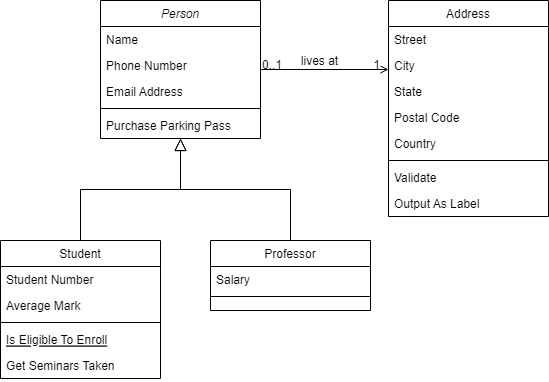
Above: process_CouchProton.drawio.png in eatingwu1009/CouchInsert (draw.io), before the change. Source tidied: cells renumbered, new cells last; positions are measured from the earlier drawing's top-left corner, leaving out a move shared by most shapes. The source it was exported from:
```xml
<mxGraphModel>
  <root>
    <mxCell id="0" />
    <mxCell id="1" parent="0" />
    <mxCell id="2" value="Person" style="swimlane;fontStyle=2;align=center;verticalAlign=top;horizontal=1;startSize=26;rounded=0;shadow=0;strokeWidth=1;" parent="1" vertex="1">
      <mxGeometry x="100" width="160" height="138" as="geometry" />
    </mxCell>
    <mxCell id="3" value="Name" style="text;align=left;verticalAlign=top;spacingLeft=4;spacingRight=4;overflow=hidden;points=[[0,0.5],[1,0.5]];portConstraint=eastwest;" parent="2" vertex="1">
      <mxGeometry y="26" width="160" height="26" as="geometry" />
    </mxCell>
    <mxCell id="4" value="Phone Number" style="text;align=left;verticalAlign=top;spacingLeft=4;spacingRight=4;overflow=hidden;rounded=0;shadow=0;html=0;" parent="2" vertex="1">
      <mxGeometry y="52" width="160" height="26" as="geometry" />
    </mxCell>
    <mxCell id="5" value="Email Address" style="text;align=left;verticalAlign=top;spacingLeft=4;spacingRight=4;overflow=hidden;rounded=0;shadow=0;html=0;" parent="2" vertex="1">
      <mxGeometry y="78" width="160" height="26" as="geometry" />
    </mxCell>
    <mxCell id="6" style="line;html=1;strokeWidth=1;align=left;verticalAlign=middle;spacingTop=-1;spacingLeft=3;spacingRight=3;labelPosition=right;" parent="2" vertex="1">
      <mxGeometry y="104" width="160" height="8" as="geometry" />
    </mxCell>
    <mxCell id="7" value="Purchase Parking Pass" style="text;align=left;verticalAlign=top;spacingLeft=4;spacingRight=4;overflow=hidden;" parent="2" vertex="1">
      <mxGeometry y="112" width="160" height="26" as="geometry" />
    </mxCell>
    <mxCell id="8" value="Student" style="swimlane;fontStyle=0;align=center;verticalAlign=top;horizontal=1;startSize=26;rounded=0;shadow=0;strokeWidth=1;" parent="1" vertex="1">
      <mxGeometry y="240" width="160" height="138" as="geometry" />
    </mxCell>
    <mxCell id="9" value="Student Number" style="text;align=left;verticalAlign=top;spacingLeft=4;spacingRight=4;overflow=hidden;" parent="8" vertex="1">
      <mxGeometry y="26" width="160" height="26" as="geometry" />
    </mxCell>
    <mxCell id="10" value="Average Mark" style="text;align=left;verticalAlign=top;spacingLeft=4;spacingRight=4;overflow=hidden;rounded=0;shadow=0;html=0;" parent="8" vertex="1">
      <mxGeometry y="52" width="160" height="26" as="geometry" />
    </mxCell>
    <mxCell id="11" style="line;html=1;strokeWidth=1;align=left;verticalAlign=middle;spacingTop=-1;spacingLeft=3;spacingRight=3;labelPosition=right;" parent="8" vertex="1">
      <mxGeometry y="78" width="160" height="8" as="geometry" />
    </mxCell>
    <mxCell id="12" value="Is Eligible To Enroll" style="text;align=left;verticalAlign=top;spacingLeft=4;spacingRight=4;overflow=hidden;fontStyle=4;" parent="8" vertex="1">
      <mxGeometry y="86" width="160" height="26" as="geometry" />
    </mxCell>
    <mxCell id="13" value="Get Seminars Taken" style="text;align=left;verticalAlign=top;spacingLeft=4;spacingRight=4;overflow=hidden;" parent="8" vertex="1">
      <mxGeometry y="112" width="160" height="26" as="geometry" />
    </mxCell>
    <mxCell id="14" style="endArrow=block;endSize=10;endFill=0;shadow=0;strokeWidth=1;rounded=0;edgeStyle=elbowEdgeStyle;elbow=vertical;" parent="1" edge="1" source="8" target="2">
      <mxGeometry relative="1" as="geometry" />
    </mxCell>
    <mxCell id="15" value="Professor" style="swimlane;fontStyle=0;align=center;verticalAlign=top;horizontal=1;startSize=26;rounded=0;shadow=0;strokeWidth=1;" parent="1" vertex="1">
      <mxGeometry x="210" y="240" width="160" height="70" as="geometry" />
    </mxCell>
    <mxCell id="16" value="Salary" style="text;align=left;verticalAlign=top;spacingLeft=4;spacingRight=4;overflow=hidden;" parent="15" vertex="1">
      <mxGeometry y="26" width="160" height="26" as="geometry" />
    </mxCell>
    <mxCell id="17" style="line;html=1;strokeWidth=1;align=left;verticalAlign=middle;spacingTop=-1;spacingLeft=3;spacingRight=3;labelPosition=right;" parent="15" vertex="1">
      <mxGeometry y="52" width="160" height="8" as="geometry" />
    </mxCell>
    <mxCell id="18" style="endArrow=block;endSize=10;endFill=0;shadow=0;strokeWidth=1;rounded=0;edgeStyle=elbowEdgeStyle;elbow=vertical;" parent="1" edge="1" source="15" target="2">
      <mxGeometry relative="1" as="geometry" />
    </mxCell>
    <mxCell id="19" value="Address" style="swimlane;fontStyle=0;align=center;verticalAlign=top;horizontal=1;startSize=26;rounded=0;shadow=0;strokeWidth=1;" parent="1" vertex="1">
      <mxGeometry x="388" width="160" height="216" as="geometry" />
    </mxCell>
    <mxCell id="20" value="Street" style="text;align=left;verticalAlign=top;spacingLeft=4;spacingRight=4;overflow=hidden;" parent="19" vertex="1">
      <mxGeometry y="26" width="160" height="26" as="geometry" />
    </mxCell>
    <mxCell id="21" value="City" style="text;align=left;verticalAlign=top;spacingLeft=4;spacingRight=4;overflow=hidden;rounded=0;shadow=0;html=0;" parent="19" vertex="1">
      <mxGeometry y="52" width="160" height="26" as="geometry" />
    </mxCell>
    <mxCell id="22" value="State" style="text;align=left;verticalAlign=top;spacingLeft=4;spacingRight=4;overflow=hidden;rounded=0;shadow=0;html=0;" parent="19" vertex="1">
      <mxGeometry y="78" width="160" height="26" as="geometry" />
    </mxCell>
    <mxCell id="23" value="Postal Code" style="text;align=left;verticalAlign=top;spacingLeft=4;spacingRight=4;overflow=hidden;rounded=0;shadow=0;html=0;" parent="19" vertex="1">
      <mxGeometry y="104" width="160" height="26" as="geometry" />
    </mxCell>
    <mxCell id="24" value="Country" style="text;align=left;verticalAlign=top;spacingLeft=4;spacingRight=4;overflow=hidden;rounded=0;shadow=0;html=0;" parent="19" vertex="1">
      <mxGeometry y="130" width="160" height="26" as="geometry" />
    </mxCell>
    <mxCell id="25" style="line;html=1;strokeWidth=1;align=left;verticalAlign=middle;spacingTop=-1;spacingLeft=3;spacingRight=3;labelPosition=right;" parent="19" vertex="1">
      <mxGeometry y="156" width="160" height="8" as="geometry" />
    </mxCell>
    <mxCell id="26" value="Validate" style="text;align=left;verticalAlign=top;spacingLeft=4;spacingRight=4;overflow=hidden;" parent="19" vertex="1">
      <mxGeometry y="164" width="160" height="26" as="geometry" />
    </mxCell>
    <mxCell id="27" value="Output As Label" style="text;align=left;verticalAlign=top;spacingLeft=4;spacingRight=4;overflow=hidden;" parent="19" vertex="1">
      <mxGeometry y="190" width="160" height="26" as="geometry" />
    </mxCell>
    <mxCell id="28" style="endArrow=open;shadow=0;strokeWidth=1;rounded=0;endFill=1;edgeStyle=elbowEdgeStyle;elbow=vertical;" parent="1" edge="1" source="2" target="19">
      <mxGeometry x="0.5" y="41" relative="1" as="geometry">
        <mxPoint x="-40" y="32" as="offset" />
      </mxGeometry>
    </mxCell>
    <mxCell id="29" value="0..1" style="align=left;verticalAlign=bottom;labelBackgroundColor=none;fontSize=12;" parent="28" vertex="1">
      <mxGeometry x="-1" relative="1" as="geometry">
        <mxPoint y="4" as="offset" />
      </mxGeometry>
    </mxCell>
    <mxCell id="30" value="1" style="align=right;verticalAlign=bottom;labelBackgroundColor=none;fontSize=12;" parent="28" vertex="1">
      <mxGeometry x="1" relative="1" as="geometry">
        <mxPoint x="-7" y="4" as="offset" />
      </mxGeometry>
    </mxCell>
    <mxCell id="31" value="lives at" style="text;html=1;align=center;verticalAlign=middle;labelBackgroundColor=none;rounded=0;shadow=0;strokeWidth=1;fontSize=12;" parent="28" vertex="1">
      <mxGeometry x="0.5" y="49" relative="1" as="geometry">
        <mxPoint x="-38" y="40" as="offset" />
      </mxGeometry>
    </mxCell>
  </root>
</mxGraphModel>
```
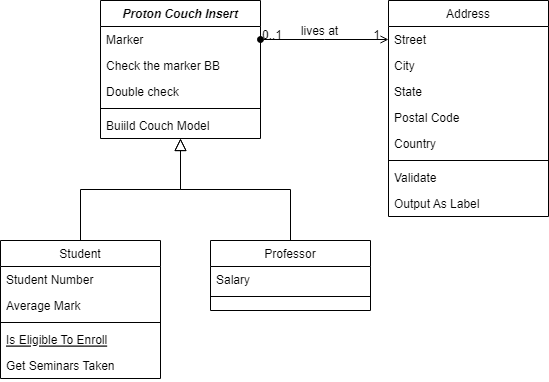
After the change.

The edit, as a diff of the source:
```diff
@@ -2,22 +2,22 @@
   <root>
     <mxCell id="0" />
     <mxCell id="1" parent="0" />
-    <mxCell id="2" value="Person" style="swimlane;fontStyle=2;align=center;verticalAlign=top;horizontal=1;startSize=26;rounded=0;shadow=0;strokeWidth=1;" parent="1" vertex="1">
+    <mxCell id="2" value="Proton Couch Insert" style="swimlane;fontStyle=3;align=center;verticalAlign=top;horizontal=1;startSize=26;rounded=0;shadow=0;strokeWidth=1;" parent="1" vertex="1">
       <mxGeometry x="100" width="160" height="138" as="geometry" />
     </mxCell>
-    <mxCell id="3" value="Name" style="text;align=left;verticalAlign=top;spacingLeft=4;spacingRight=4;overflow=hidden;points=[[0,0.5],[1,0.5]];portConstraint=eastwest;" parent="2" vertex="1">
+    <mxCell id="3" value="Marker" style="text;align=left;verticalAlign=top;spacingLeft=4;spacingRight=4;overflow=hidden;points=[[0,0.5],[1,0.5]];portConstraint=eastwest;" parent="2" vertex="1">
       <mxGeometry y="26" width="160" height="26" as="geometry" />
     </mxCell>
-    <mxCell id="4" value="Phone Number" style="text;align=left;verticalAlign=top;spacingLeft=4;spacingRight=4;overflow=hidden;rounded=0;shadow=0;html=0;" parent="2" vertex="1">
+    <mxCell id="4" value="Check the marker BB" style="text;align=left;verticalAlign=top;spacingLeft=4;spacingRight=4;overflow=hidden;rounded=0;shadow=0;html=0;" parent="2" vertex="1">
       <mxGeometry y="52" width="160" height="26" as="geometry" />
     </mxCell>
-    <mxCell id="5" value="Email Address" style="text;align=left;verticalAlign=top;spacingLeft=4;spacingRight=4;overflow=hidden;rounded=0;shadow=0;html=0;" parent="2" vertex="1">
+    <mxCell id="5" value="Double check" style="text;align=left;verticalAlign=top;spacingLeft=4;spacingRight=4;overflow=hidden;rounded=0;shadow=0;html=0;" parent="2" vertex="1">
       <mxGeometry y="78" width="160" height="26" as="geometry" />
     </mxCell>
     <mxCell id="6" style="line;html=1;strokeWidth=1;align=left;verticalAlign=middle;spacingTop=-1;spacingLeft=3;spacingRight=3;labelPosition=right;" parent="2" vertex="1">
       <mxGeometry y="104" width="160" height="8" as="geometry" />
     </mxCell>
-    <mxCell id="7" value="Purchase Parking Pass" style="text;align=left;verticalAlign=top;spacingLeft=4;spacingRight=4;overflow=hidden;" parent="2" vertex="1">
+    <mxCell id="7" value="Buiild Couch Model" style="text;align=left;verticalAlign=top;spacingLeft=4;spacingRight=4;overflow=hidden;" parent="2" vertex="1">
       <mxGeometry y="112" width="160" height="26" as="geometry" />
     </mxCell>
     <mxCell id="8" value="Student" style="swimlane;fontStyle=0;align=center;verticalAlign=top;horizontal=1;startSize=26;rounded=0;shadow=0;strokeWidth=1;" parent="1" vertex="1">
@@ -80,7 +80,7 @@
     <mxCell id="27" value="Output As Label" style="text;align=left;verticalAlign=top;spacingLeft=4;spacingRight=4;overflow=hidden;" parent="19" vertex="1">
       <mxGeometry y="190" width="160" height="26" as="geometry" />
     </mxCell>
-    <mxCell id="28" style="endArrow=open;shadow=0;strokeWidth=1;rounded=0;endFill=1;edgeStyle=elbowEdgeStyle;elbow=vertical;" parent="1" edge="1" source="2" target="19">
+    <mxCell id="28" style="endArrow=open;shadow=0;strokeWidth=1;rounded=0;endFill=1;edgeStyle=elbowEdgeStyle;elbow=vertical;exitX=1;exitY=0.5;exitDx=0;exitDy=0;startArrow=oval;startFill=1;" parent="1" edge="1" source="3" target="19">
       <mxGeometry x="0.5" y="41" relative="1" as="geometry">
         <mxPoint x="-40" y="32" as="offset" />
       </mxGeometry>
```
